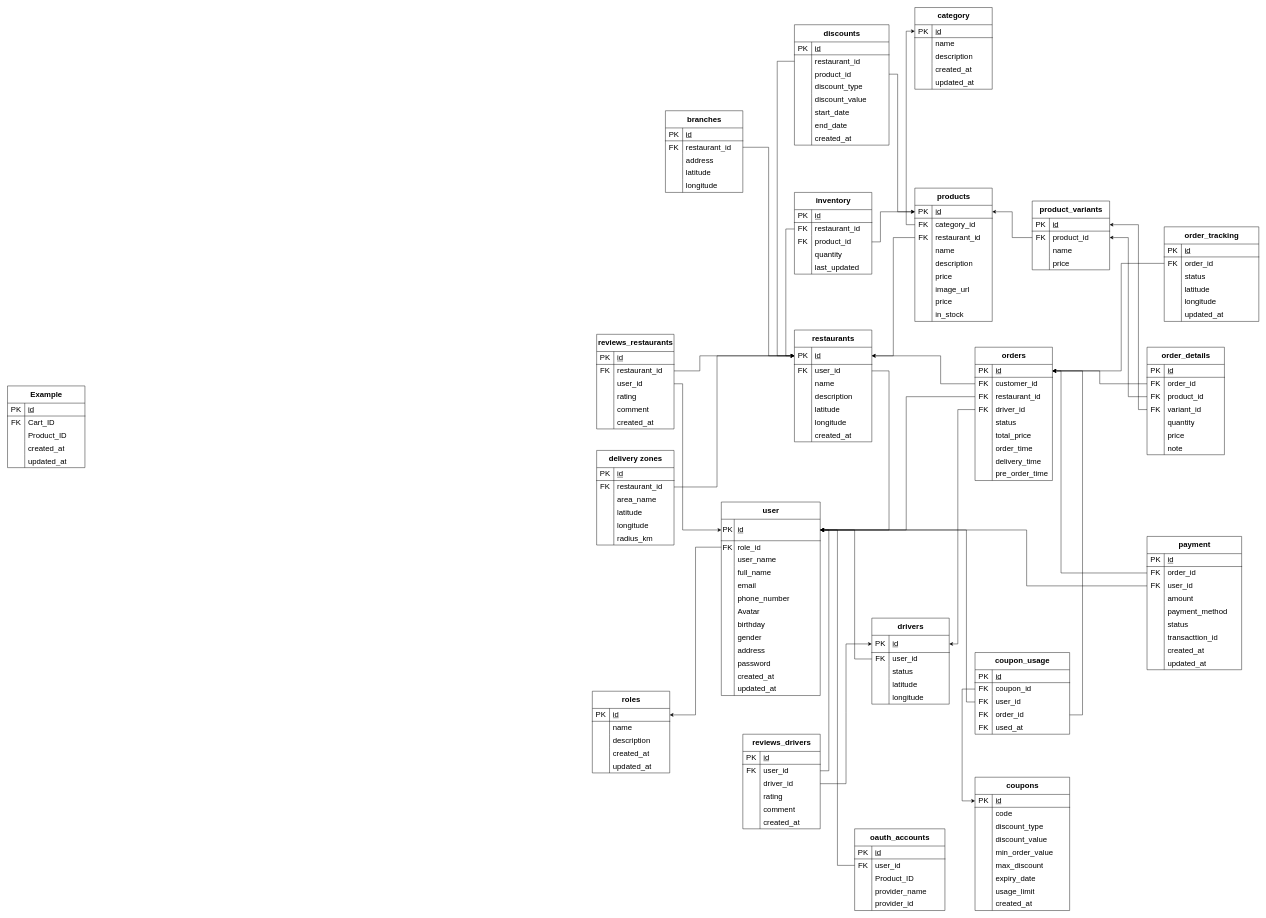
Earlier version of the draw.io diagram DATN.drawio (ntuananhdevs/DATN-DevFoods). Source tidied: cells renumbered, new cells numbered last; positions are measured from the earlier drawing's top-left corner, leaving out a move shared by most shapes. Both pictures are drawn from the tidied source at 43%, with x=0, y=0 at pixel (7, 7).
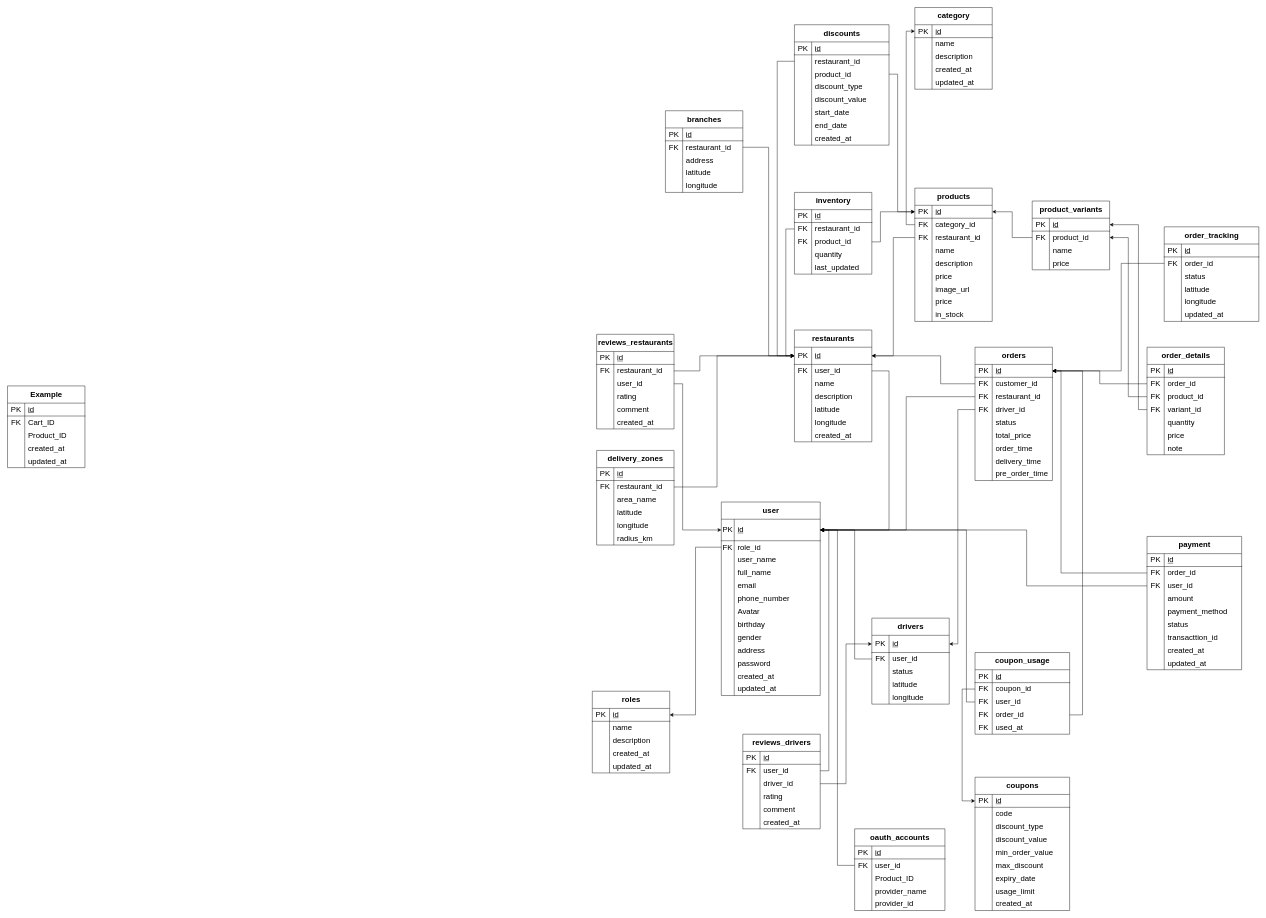
The same page after the edit.

Commit message:
Cập nhật DATN.drawio

Change to the diagram source:
```diff
@@
-    <mxCell id="312" value="&lt;b&gt;delivery zones&lt;/b&gt;" style="shape=table;startSize=40;childLayout=tableLayout;rowLines=0;fontStyle=0;align=center;html=1;strokeWidth=1;fontSize=18;" parent="1" vertex="1">
+    <mxCell id="312" value="&lt;b&gt;delivery_zones&lt;/b&gt;" style="shape=table;startSize=40;childLayout=tableLayout;rowLines=0;fontStyle=0;align=center;html=1;strokeWidth=1;fontSize=18;" parent="1" vertex="1">
       <mxGeometry x="1370" y="1030" width="180" height="220" as="geometry" />
     </mxCell>
```
